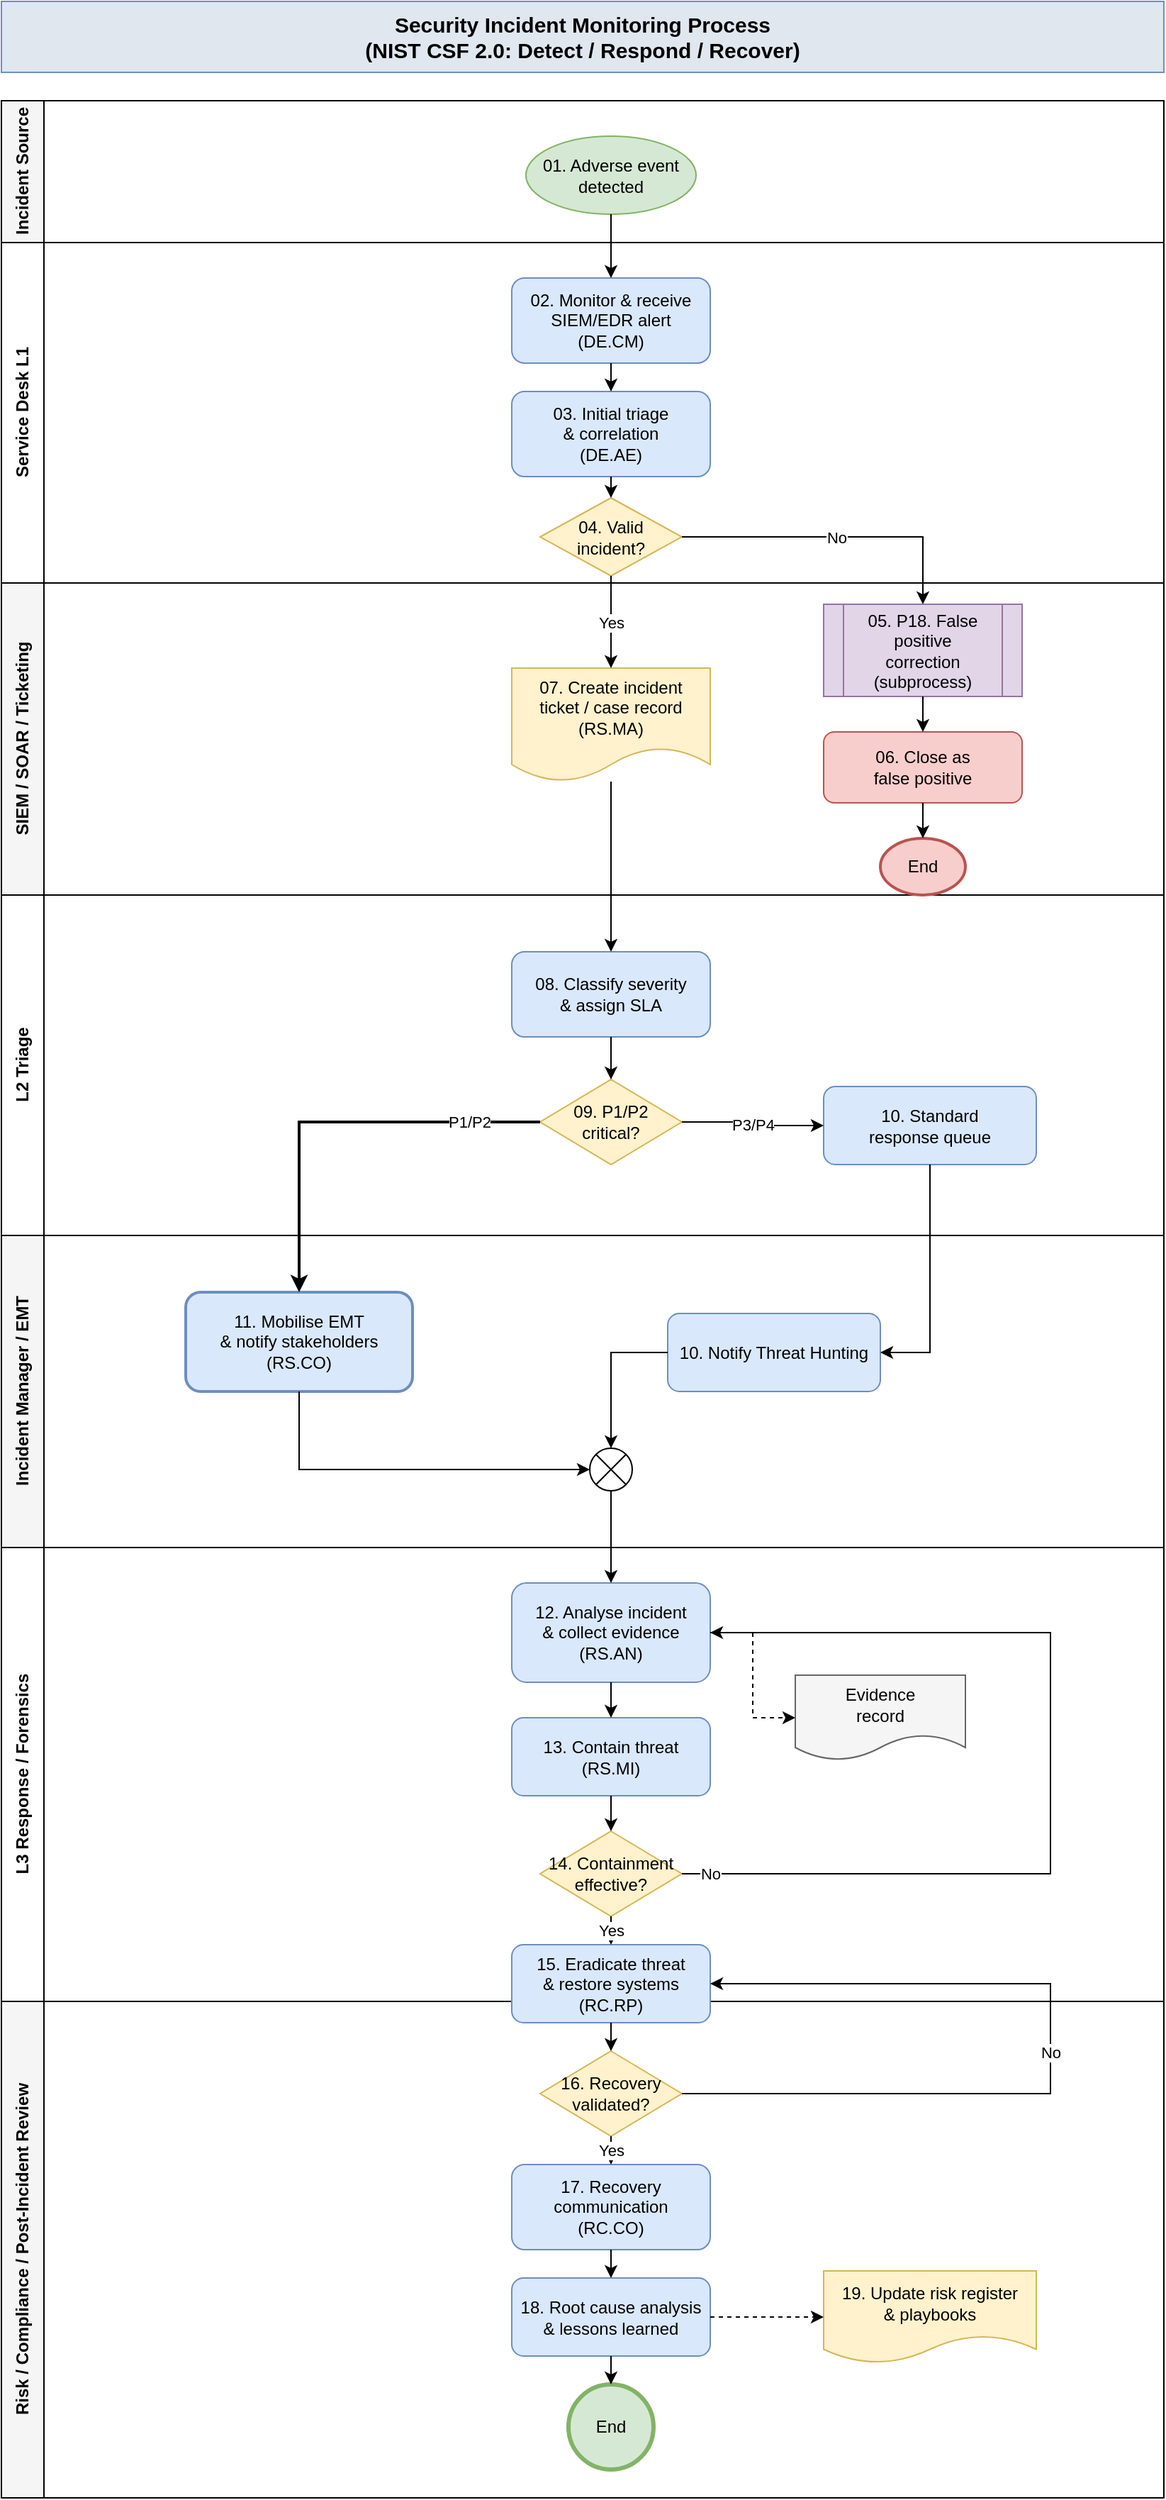
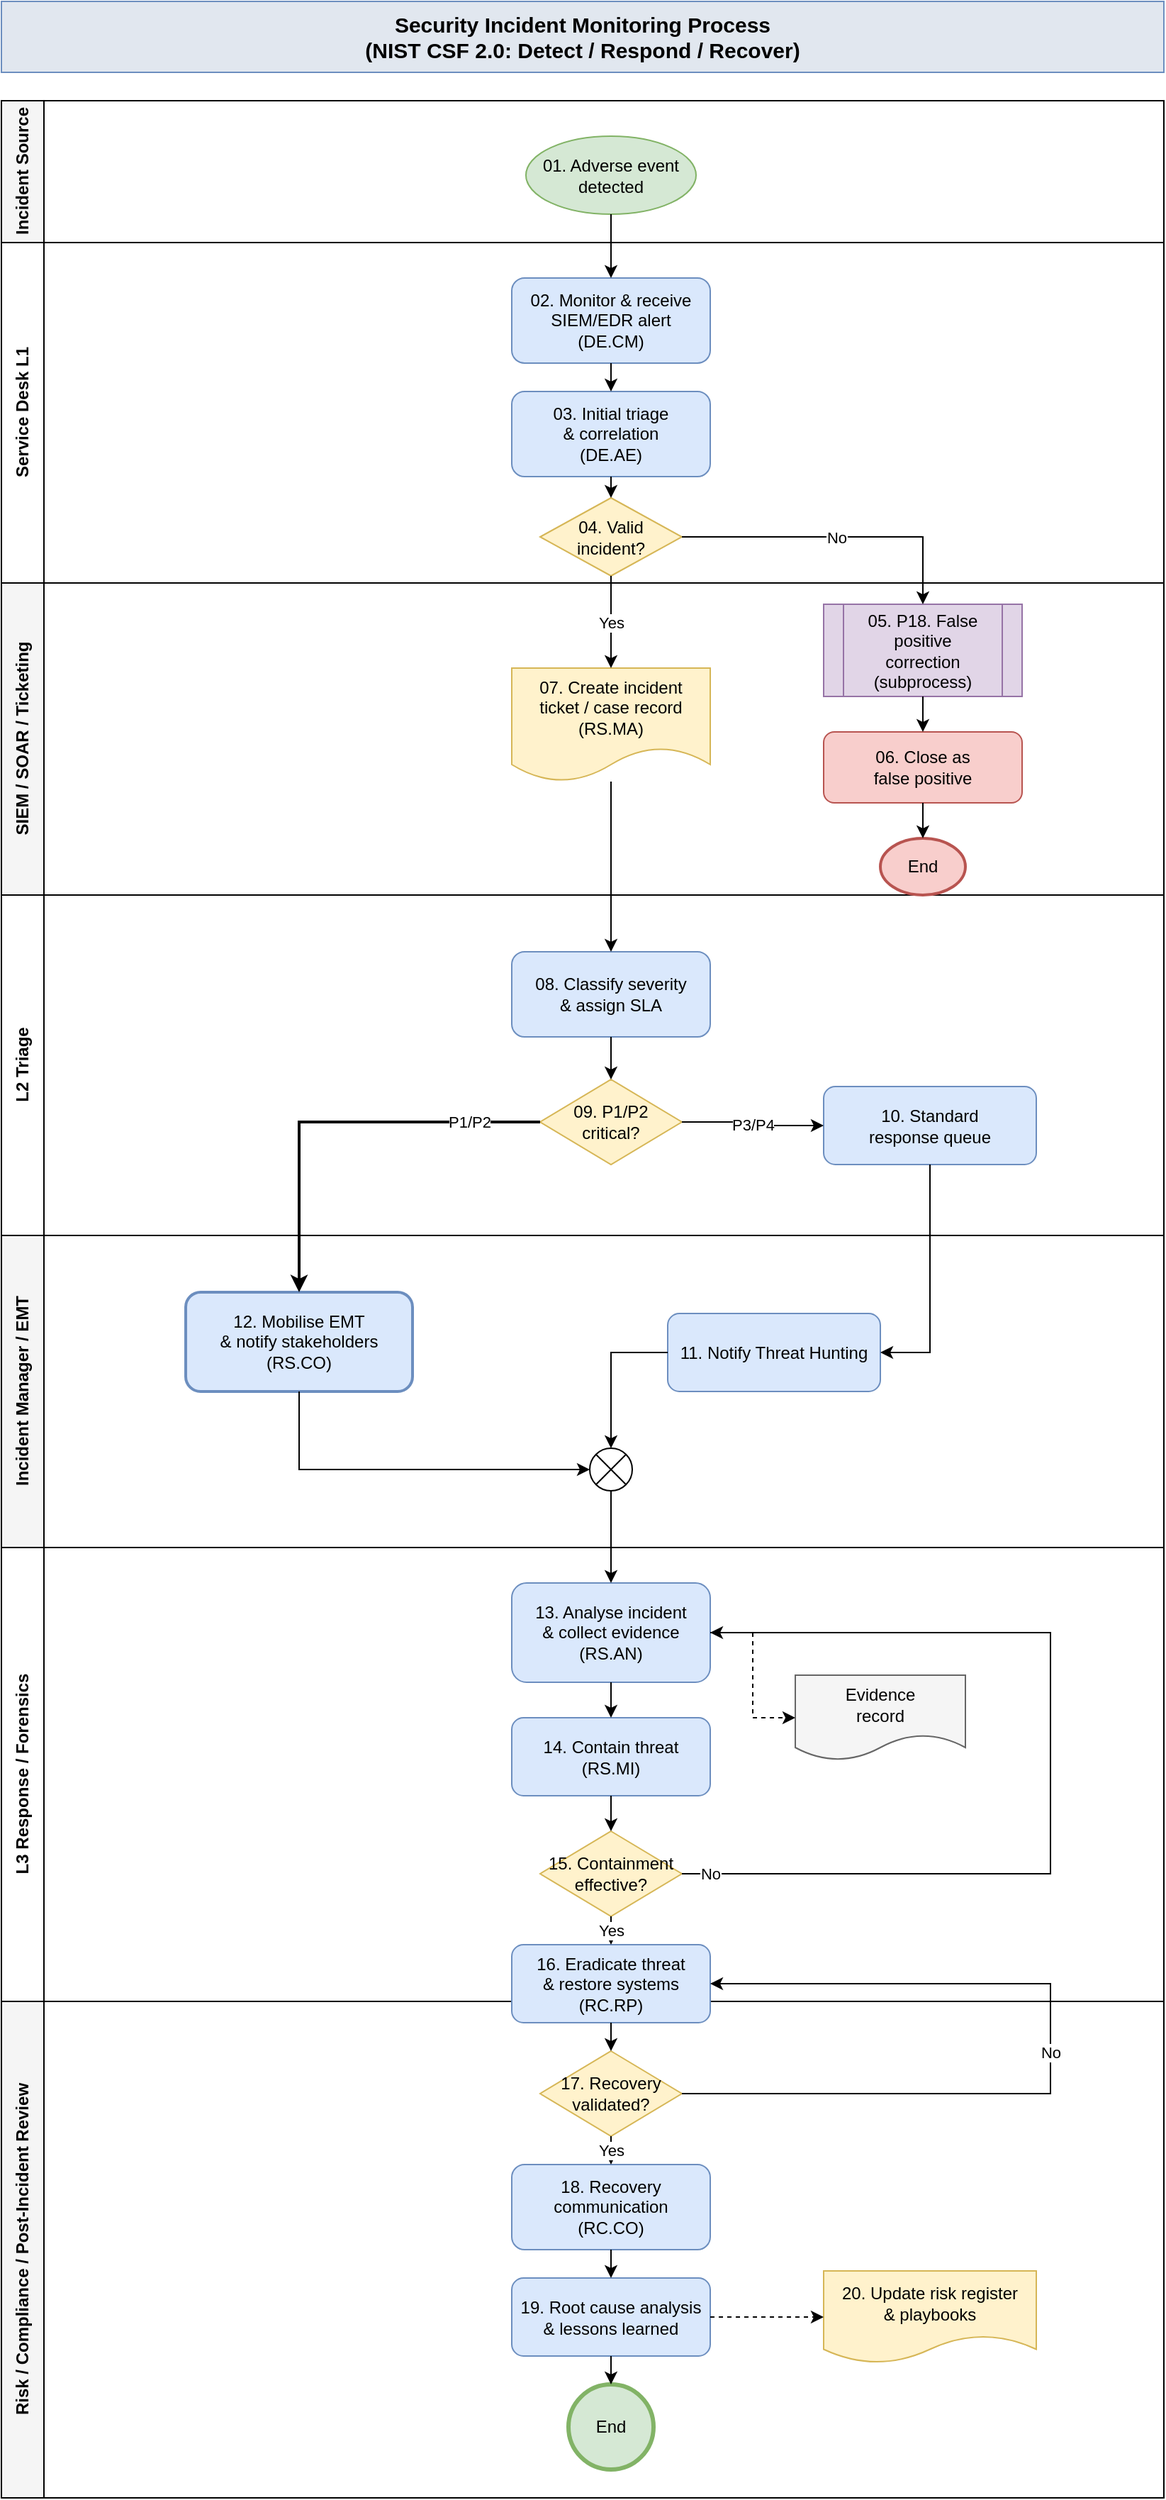
<mxfile host="app.diagrams.net" agent="ProcessDiagramSkill">
  <diagram name="CSF 2.0 Incident Monitoring" id="0">
    <mxGraphModel dx="918" dy="633" grid="1" gridSize="10" guides="1" tooltips="1" connect="1" arrows="1" fold="1" page="1" pageScale="1" pageWidth="900" pageHeight="2000" math="0" shadow="0">
      <root>
        <mxCell id="0" />
        <mxCell id="1" parent="0" />
        <mxCell id="titleBar" parent="1" style="rounded=0;whiteSpace=wrap;html=1;fillColor=#e1e7ef;strokeColor=#6c8ebf;fontSize=15;fontStyle=1;align=center;verticalAlign=middle;" value="Security Incident Monitoring Process&#xa;(NIST CSF 2.0: Detect / Respond / Recover)" vertex="1">
          <mxGeometry height="50" width="820" x="40" y="20" as="geometry" />
        </mxCell>
        <mxCell id="laneSource" parent="1" style="shape=swimlane;html=1;startSize=30;horizontal=0;collapsible=0;fillColor=#f5f5f5;swimlaneFillColor=#ffffff;fontStyle=1;" value="Incident Source" vertex="1">
          <mxGeometry height="100" width="820" x="40" y="90" as="geometry" />
        </mxCell>
        <mxCell id="laneL1" parent="1" style="shape=swimlane;html=1;startSize=30;horizontal=0;collapsible=0;swimlaneFillColor=#ffffff;fontStyle=1;" value="Service Desk L1" vertex="1">
          <mxGeometry height="240" width="820" x="40" y="190" as="geometry" />
        </mxCell>
        <mxCell id="laneSiem" parent="1" style="shape=swimlane;html=1;startSize=30;horizontal=0;collapsible=0;fillColor=#f5f5f5;swimlaneFillColor=#ffffff;fontStyle=1;" value="SIEM / SOAR / Ticketing" vertex="1">
          <mxGeometry height="220" width="820" x="40" y="430" as="geometry" />
        </mxCell>
        <mxCell id="laneL2" parent="1" style="shape=swimlane;html=1;startSize=30;horizontal=0;collapsible=0;swimlaneFillColor=#ffffff;fontStyle=1;" value="L2 Triage" vertex="1">
          <mxGeometry height="240" width="820" x="40" y="650" as="geometry" />
        </mxCell>
        <mxCell id="laneIM" parent="1" style="shape=swimlane;html=1;startSize=30;horizontal=0;collapsible=0;fillColor=#f5f5f5;swimlaneFillColor=#ffffff;fontStyle=1;" value="Incident Manager / EMT" vertex="1">
          <mxGeometry height="220" width="820" x="40" y="890" as="geometry" />
        </mxCell>
-         <mxCell id="T0DByfoen8TXfAL6Z4LJ-1" parent="laneIM" style="rounded=1;whiteSpace=wrap;html=1;fillColor=#dae8fc;strokeColor=#6c8ebf;" value="10. Notify Threat Hunting" vertex="1">
+         <mxCell id="T0DByfoen8TXfAL6Z4LJ-1" parent="laneIM" style="rounded=1;whiteSpace=wrap;html=1;fillColor=#dae8fc;strokeColor=#6c8ebf;" value="11. Notify Threat Hunting" vertex="1">
          <mxGeometry height="55" width="150" x="470" y="55" as="geometry" />
        </mxCell>
        <mxCell id="laneL3" parent="1" style="shape=swimlane;html=1;startSize=30;horizontal=0;collapsible=0;swimlaneFillColor=#ffffff;fontStyle=1;" value="L3 Response / Forensics" vertex="1">
          <mxGeometry height="320" width="820" x="40" y="1110" as="geometry" />
        </mxCell>
        <mxCell id="nEv" parent="laneL3" style="shape=document;whiteSpace=wrap;html=1;fillColor=#f5f5f5;strokeColor=#666666;boundedLbl=1;" value="Evidence&#xa;record" vertex="1">
          <mxGeometry height="60" width="120" x="560" y="90" as="geometry" />
        </mxCell>
        <mxCell id="laneRC" parent="1" style="shape=swimlane;html=1;startSize=30;horizontal=0;collapsible=0;fillColor=#f5f5f5;swimlaneFillColor=#ffffff;fontStyle=1;" value="Risk / Compliance / Post-Incident Review" vertex="1">
          <mxGeometry height="350" width="820" x="40" y="1430" as="geometry" />
        </mxCell>
        <mxCell id="n01" parent="1" style="ellipse;whiteSpace=wrap;html=1;fillColor=#d5e8d4;strokeColor=#82b366;" value="01. Adverse event&#xa;detected" vertex="1">
          <mxGeometry height="55" width="120" x="410" y="115" as="geometry" />
        </mxCell>
        <mxCell id="n02" parent="1" style="rounded=1;whiteSpace=wrap;html=1;fillColor=#dae8fc;strokeColor=#6c8ebf;" value="02. Monitor &amp; receive&#xa;SIEM/EDR alert&#xa;(DE.CM)" vertex="1">
          <mxGeometry height="60" width="140" x="400" y="215" as="geometry" />
        </mxCell>
        <mxCell id="n03" parent="1" style="rounded=1;whiteSpace=wrap;html=1;fillColor=#dae8fc;strokeColor=#6c8ebf;" value="03. Initial triage&#xa;&amp; correlation&#xa;(DE.AE)" vertex="1">
          <mxGeometry height="60" width="140" x="400" y="295" as="geometry" />
        </mxCell>
        <mxCell id="n04" parent="1" style="rhombus;whiteSpace=wrap;html=1;fillColor=#fff2cc;strokeColor=#d6b656;" value="04. Valid&#xa;incident?" vertex="1">
          <mxGeometry height="55" width="100" x="420" y="370" as="geometry" />
        </mxCell>
        <mxCell id="n05" parent="1" style="shape=process;whiteSpace=wrap;html=1;fillColor=#e1d5e7;strokeColor=#9673a6;" value="05. P18. False positive&#xa;correction&#xa;(subprocess)" vertex="1">
          <mxGeometry height="65" width="140" x="620" y="445" as="geometry" />
        </mxCell>
        <mxCell id="n06" parent="1" style="rounded=1;whiteSpace=wrap;html=1;fillColor=#f8cecc;strokeColor=#b85450;" value="06. Close as&#xa;false positive" vertex="1">
          <mxGeometry height="50" width="140" x="620" y="535" as="geometry" />
        </mxCell>
        <mxCell id="nEndFP" parent="1" style="ellipse;whiteSpace=wrap;html=1;fillColor=#f8cecc;strokeColor=#b85450;strokeWidth=2;" value="End" vertex="1">
          <mxGeometry height="40" width="60" x="660" y="610" as="geometry" />
        </mxCell>
        <mxCell id="n07_ticket" parent="1" style="shape=document;whiteSpace=wrap;html=1;fillColor=#fff2cc;strokeColor=#d6b656;boundedLbl=1;" value="07. Create incident&#xa;ticket / case record&#xa;(RS.MA)" vertex="1">
          <mxGeometry height="80" width="140" x="400" y="490" as="geometry" />
        </mxCell>
        <mxCell id="n08_classify" parent="1" style="rounded=1;whiteSpace=wrap;html=1;fillColor=#dae8fc;strokeColor=#6c8ebf;" value="08. Classify severity&#xa;&amp; assign SLA" vertex="1">
          <mxGeometry height="60" width="140" x="400" y="690" as="geometry" />
        </mxCell>
        <mxCell id="n09_dec" parent="1" style="rhombus;whiteSpace=wrap;html=1;fillColor=#fff2cc;strokeColor=#d6b656;" value="09. P1/P2&#xa;critical?" vertex="1">
          <mxGeometry height="60" width="100" x="420" y="780" as="geometry" />
        </mxCell>
        <mxCell id="n10_queue" parent="1" style="rounded=1;whiteSpace=wrap;html=1;fillColor=#dae8fc;strokeColor=#6c8ebf;" value="10. Standard&#xa;response queue" vertex="1">
          <mxGeometry height="55" width="150" x="620" y="785" as="geometry" />
        </mxCell>
-         <mxCell id="n11_emt" parent="1" style="rounded=1;whiteSpace=wrap;html=1;fillColor=#dae8fc;strokeColor=#6c8ebf;strokeWidth=2;" value="11. Mobilise EMT&#xa;&amp; notify stakeholders&#xa;(RS.CO)" vertex="1">
+         <mxCell id="n11_emt" parent="1" style="rounded=1;whiteSpace=wrap;html=1;fillColor=#dae8fc;strokeColor=#6c8ebf;strokeWidth=2;" value="12. Mobilise EMT&#xa;&amp; notify stakeholders&#xa;(RS.CO)" vertex="1">
          <mxGeometry height="70" width="160" x="170" y="930" as="geometry" />
        </mxCell>
        <mxCell id="sj1" parent="1" style="shape=mxgraph.flowchart.or;html=1;backgroundOutline=1;" value="" vertex="1">
          <mxGeometry height="30" width="30" x="455" y="1040" as="geometry" />
        </mxCell>
-         <mxCell id="n12_analyse" parent="1" style="rounded=1;whiteSpace=wrap;html=1;fillColor=#dae8fc;strokeColor=#6c8ebf;" value="12. Analyse incident&#xa;&amp; collect evidence&#xa;(RS.AN)" vertex="1">
+         <mxCell id="n12_analyse" parent="1" style="rounded=1;whiteSpace=wrap;html=1;fillColor=#dae8fc;strokeColor=#6c8ebf;" value="13. Analyse incident&#xa;&amp; collect evidence&#xa;(RS.AN)" vertex="1">
          <mxGeometry height="70" width="140" x="400" y="1135" as="geometry" />
        </mxCell>
-         <mxCell id="n13_contain" parent="1" style="rounded=1;whiteSpace=wrap;html=1;fillColor=#dae8fc;strokeColor=#6c8ebf;" value="13. Contain threat&#xa;(RS.MI)" vertex="1">
+         <mxCell id="n13_contain" parent="1" style="rounded=1;whiteSpace=wrap;html=1;fillColor=#dae8fc;strokeColor=#6c8ebf;" value="14. Contain threat&#xa;(RS.MI)" vertex="1">
          <mxGeometry height="55" width="140" x="400" y="1230" as="geometry" />
        </mxCell>
-         <mxCell id="n14_dec" parent="1" style="rhombus;whiteSpace=wrap;html=1;fillColor=#fff2cc;strokeColor=#d6b656;" value="14. Containment&#xa;effective?" vertex="1">
+         <mxCell id="n14_dec" parent="1" style="rhombus;whiteSpace=wrap;html=1;fillColor=#fff2cc;strokeColor=#d6b656;" value="15. Containment&#xa;effective?" vertex="1">
          <mxGeometry height="60" width="100" x="420" y="1310" as="geometry" />
        </mxCell>
-         <mxCell id="n15_erad" parent="1" style="rounded=1;whiteSpace=wrap;html=1;fillColor=#dae8fc;strokeColor=#6c8ebf;" value="15. Eradicate threat&#xa;&amp; restore systems&#xa;(RC.RP)" vertex="1">
+         <mxCell id="n15_erad" parent="1" style="rounded=1;whiteSpace=wrap;html=1;fillColor=#dae8fc;strokeColor=#6c8ebf;" value="16. Eradicate threat&#xa;&amp; restore systems&#xa;(RC.RP)" vertex="1">
          <mxGeometry height="55" width="140" x="400" y="1390" as="geometry" />
        </mxCell>
-         <mxCell id="n16_dec" parent="1" style="rhombus;whiteSpace=wrap;html=1;fillColor=#fff2cc;strokeColor=#d6b656;" value="16. Recovery&#xa;validated?" vertex="1">
+         <mxCell id="n16_dec" parent="1" style="rhombus;whiteSpace=wrap;html=1;fillColor=#fff2cc;strokeColor=#d6b656;" value="17. Recovery&#xa;validated?" vertex="1">
          <mxGeometry height="60" width="100" x="420" y="1465" as="geometry" />
        </mxCell>
-         <mxCell id="n17_comm" parent="1" style="rounded=1;whiteSpace=wrap;html=1;fillColor=#dae8fc;strokeColor=#6c8ebf;" value="17. Recovery&#xa;communication&#xa;(RC.CO)" vertex="1">
+         <mxCell id="n17_comm" parent="1" style="rounded=1;whiteSpace=wrap;html=1;fillColor=#dae8fc;strokeColor=#6c8ebf;" value="18. Recovery&#xa;communication&#xa;(RC.CO)" vertex="1">
          <mxGeometry height="60" width="140" x="400" y="1545" as="geometry" />
        </mxCell>
-         <mxCell id="n18_rca" parent="1" style="rounded=1;whiteSpace=wrap;html=1;fillColor=#dae8fc;strokeColor=#6c8ebf;" value="18. Root cause analysis&#xa;&amp; lessons learned" vertex="1">
+         <mxCell id="n18_rca" parent="1" style="rounded=1;whiteSpace=wrap;html=1;fillColor=#dae8fc;strokeColor=#6c8ebf;" value="19. Root cause analysis&#xa;&amp; lessons learned" vertex="1">
          <mxGeometry height="55" width="140" x="400" y="1625" as="geometry" />
        </mxCell>
-         <mxCell id="n19_reg" parent="1" style="shape=document;whiteSpace=wrap;html=1;fillColor=#fff2cc;strokeColor=#d6b656;boundedLbl=1;" value="19. Update risk register&#xa;&amp; playbooks" vertex="1">
+         <mxCell id="n19_reg" parent="1" style="shape=document;whiteSpace=wrap;html=1;fillColor=#fff2cc;strokeColor=#d6b656;boundedLbl=1;" value="20. Update risk register&#xa;&amp; playbooks" vertex="1">
          <mxGeometry height="65" width="150" x="620" y="1620" as="geometry" />
        </mxCell>
        <mxCell id="nEnd" parent="1" style="ellipse;whiteSpace=wrap;html=1;fillColor=#d5e8d4;strokeColor=#82b366;strokeWidth=3;" value="End" vertex="1">
          <mxGeometry height="60" width="60" x="440" y="1700" as="geometry" />
        </mxCell>
        <mxCell id="e_01_02" edge="1" parent="1" source="n01" style="edgeStyle=orthogonalEdgeStyle;rounded=0;html=1;endArrow=classic;" target="n02">
          <mxGeometry relative="1" as="geometry" />
        </mxCell>
        <mxCell id="e_02_03" edge="1" parent="1" source="n02" style="edgeStyle=orthogonalEdgeStyle;rounded=0;html=1;endArrow=classic;" target="n03">
          <mxGeometry relative="1" as="geometry" />
        </mxCell>
        <mxCell id="e_03_04" edge="1" parent="1" source="n03" style="edgeStyle=orthogonalEdgeStyle;rounded=0;html=1;endArrow=classic;" target="n04">
          <mxGeometry relative="1" as="geometry" />
        </mxCell>
        <mxCell id="e_04_05" edge="1" parent="1" source="n04" style="edgeStyle=orthogonalEdgeStyle;rounded=0;html=1;endArrow=classic;exitX=1;exitY=0.5;exitDx=0;exitDy=0;entryX=0.5;entryY=0;entryDx=0;entryDy=0;" target="n05" value="No">
          <mxGeometry relative="1" as="geometry" />
        </mxCell>
        <mxCell id="e_05_06" edge="1" parent="1" source="n05" style="edgeStyle=orthogonalEdgeStyle;rounded=0;html=1;endArrow=classic;" target="n06">
          <mxGeometry relative="1" as="geometry" />
        </mxCell>
        <mxCell id="e_06_endfp" edge="1" parent="1" source="n06" style="edgeStyle=orthogonalEdgeStyle;rounded=0;html=1;endArrow=classic;" target="nEndFP">
          <mxGeometry relative="1" as="geometry" />
        </mxCell>
        <mxCell id="e_04_07" edge="1" parent="1" source="n04" style="edgeStyle=orthogonalEdgeStyle;rounded=0;html=1;endArrow=classic;" target="n07_ticket" value="Yes">
          <mxGeometry relative="1" as="geometry" />
        </mxCell>
        <mxCell id="e_07_08" edge="1" parent="1" source="n07_ticket" style="edgeStyle=orthogonalEdgeStyle;rounded=0;html=1;endArrow=classic;" target="n08_classify">
          <mxGeometry relative="1" as="geometry" />
        </mxCell>
        <mxCell id="e_08_09" edge="1" parent="1" source="n08_classify" style="edgeStyle=orthogonalEdgeStyle;rounded=0;html=1;endArrow=classic;" target="n09_dec">
          <mxGeometry relative="1" as="geometry" />
        </mxCell>
        <mxCell id="e_09_10" edge="1" parent="1" source="n09_dec" style="edgeStyle=orthogonalEdgeStyle;rounded=0;html=1;endArrow=classic;exitX=1;exitY=0.5;exitDx=0;exitDy=0;entryX=0;entryY=0.5;entryDx=0;entryDy=0;" target="n10_queue" value="P3/P4">
          <mxGeometry relative="1" as="geometry" />
        </mxCell>
        <mxCell id="e_09_11" edge="1" parent="1" source="n09_dec" style="edgeStyle=orthogonalEdgeStyle;rounded=0;html=1;endArrow=classic;strokeWidth=2;exitX=0;exitY=0.5;exitDx=0;exitDy=0;entryX=0.5;entryY=0;entryDx=0;entryDy=0;" target="n11_emt" value="P1/P2">
          <mxGeometry relative="1" x="-0.6551" as="geometry">
            <mxPoint as="offset" />
            <Array as="points">
              <mxPoint x="250" y="810" />
            </Array>
          </mxGeometry>
        </mxCell>
        <mxCell id="e_10_sj" edge="1" parent="1" source="n10_queue" style="edgeStyle=orthogonalEdgeStyle;rounded=0;html=1;endArrow=classic;exitX=0.5;exitY=1;exitDx=0;exitDy=0;entryX=1;entryY=0.5;entryDx=0;entryDy=0;" target="T0DByfoen8TXfAL6Z4LJ-1">
          <mxGeometry relative="1" as="geometry" />
        </mxCell>
        <mxCell id="e_11_sj" edge="1" parent="1" source="n11_emt" style="edgeStyle=orthogonalEdgeStyle;rounded=0;html=1;endArrow=classic;exitX=0.5;exitY=1;exitDx=0;exitDy=0;entryX=0;entryY=0.5;entryDx=0;entryDy=0;" target="sj1">
          <mxGeometry relative="1" as="geometry" />
        </mxCell>
        <mxCell id="e_sj_12" edge="1" parent="1" source="sj1" style="edgeStyle=orthogonalEdgeStyle;rounded=0;html=1;endArrow=classic;" target="n12_analyse">
          <mxGeometry relative="1" as="geometry" />
        </mxCell>
        <mxCell id="e_12_ev" edge="1" parent="1" source="n12_analyse" style="edgeStyle=orthogonalEdgeStyle;rounded=0;html=1;endArrow=classic;dashed=1;exitX=1;exitY=0.5;exitDx=0;exitDy=0;entryX=0;entryY=0.5;entryDx=0;entryDy=0;" target="nEv">
          <mxGeometry relative="1" as="geometry" />
        </mxCell>
        <mxCell id="e_12_13" edge="1" parent="1" source="n12_analyse" style="edgeStyle=orthogonalEdgeStyle;rounded=0;html=1;endArrow=classic;" target="n13_contain">
          <mxGeometry relative="1" as="geometry" />
        </mxCell>
        <mxCell id="e_13_14" edge="1" parent="1" source="n13_contain" style="edgeStyle=orthogonalEdgeStyle;rounded=0;html=1;endArrow=classic;" target="n14_dec">
          <mxGeometry relative="1" as="geometry" />
        </mxCell>
        <mxCell id="e_14_back" edge="1" parent="1" source="n14_dec" style="edgeStyle=orthogonalEdgeStyle;rounded=0;html=1;endArrow=classic;exitX=1;exitY=0.5;exitDx=0;exitDy=0;entryX=1;entryY=0.5;entryDx=0;entryDy=0;" target="n12_analyse" value="No">
          <mxGeometry relative="1" x="-0.9403" as="geometry">
            <mxPoint as="offset" />
            <Array as="points">
              <mxPoint x="780" y="1340" />
              <mxPoint x="780" y="1170" />
            </Array>
          </mxGeometry>
        </mxCell>
        <mxCell id="e_14_15" edge="1" parent="1" source="n14_dec" style="edgeStyle=orthogonalEdgeStyle;rounded=0;html=1;endArrow=classic;" target="n15_erad" value="Yes">
          <mxGeometry relative="1" as="geometry" />
        </mxCell>
        <mxCell id="e_15_16" edge="1" parent="1" source="n15_erad" style="edgeStyle=orthogonalEdgeStyle;rounded=0;html=1;endArrow=classic;" target="n16_dec">
          <mxGeometry relative="1" as="geometry" />
        </mxCell>
        <mxCell id="e_16_back" edge="1" parent="1" source="n16_dec" style="edgeStyle=orthogonalEdgeStyle;rounded=0;html=1;endArrow=classic;exitX=1;exitY=0.5;exitDx=0;exitDy=0;entryX=1;entryY=0.5;entryDx=0;entryDy=0;" target="n15_erad" value="No">
          <mxGeometry relative="1" as="geometry">
            <Array as="points">
              <mxPoint x="780" y="1495" />
              <mxPoint x="780" y="1417" />
            </Array>
          </mxGeometry>
        </mxCell>
        <mxCell id="e_16_17" edge="1" parent="1" source="n16_dec" style="edgeStyle=orthogonalEdgeStyle;rounded=0;html=1;endArrow=classic;" target="n17_comm" value="Yes">
          <mxGeometry relative="1" as="geometry" />
        </mxCell>
        <mxCell id="e_17_18" edge="1" parent="1" source="n17_comm" style="edgeStyle=orthogonalEdgeStyle;rounded=0;html=1;endArrow=classic;" target="n18_rca">
          <mxGeometry relative="1" as="geometry" />
        </mxCell>
        <mxCell id="e_18_19" edge="1" parent="1" source="n18_rca" style="edgeStyle=orthogonalEdgeStyle;rounded=0;html=1;endArrow=classic;dashed=1;exitX=1;exitY=0.5;exitDx=0;exitDy=0;entryX=0;entryY=0.5;entryDx=0;entryDy=0;" target="n19_reg">
          <mxGeometry relative="1" as="geometry" />
        </mxCell>
        <mxCell id="e_18_end" edge="1" parent="1" source="n18_rca" style="edgeStyle=orthogonalEdgeStyle;rounded=0;html=1;endArrow=classic;" target="nEnd">
          <mxGeometry relative="1" as="geometry" />
        </mxCell>
        <mxCell id="T0DByfoen8TXfAL6Z4LJ-2" edge="1" parent="1" source="T0DByfoen8TXfAL6Z4LJ-1" style="edgeStyle=orthogonalEdgeStyle;rounded=0;html=1;endArrow=classic;exitX=0;exitY=0.5;exitDx=0;exitDy=0;entryX=0.5;entryY=0;entryDx=0;entryDy=0;entryPerimeter=0;" target="sj1">
          <mxGeometry relative="1" as="geometry">
            <mxPoint x="500" y="977" as="sourcePoint" />
            <mxPoint x="465" y="1110" as="targetPoint" />
          </mxGeometry>
        </mxCell>
      </root>
    </mxGraphModel>
  </diagram>
</mxfile>
